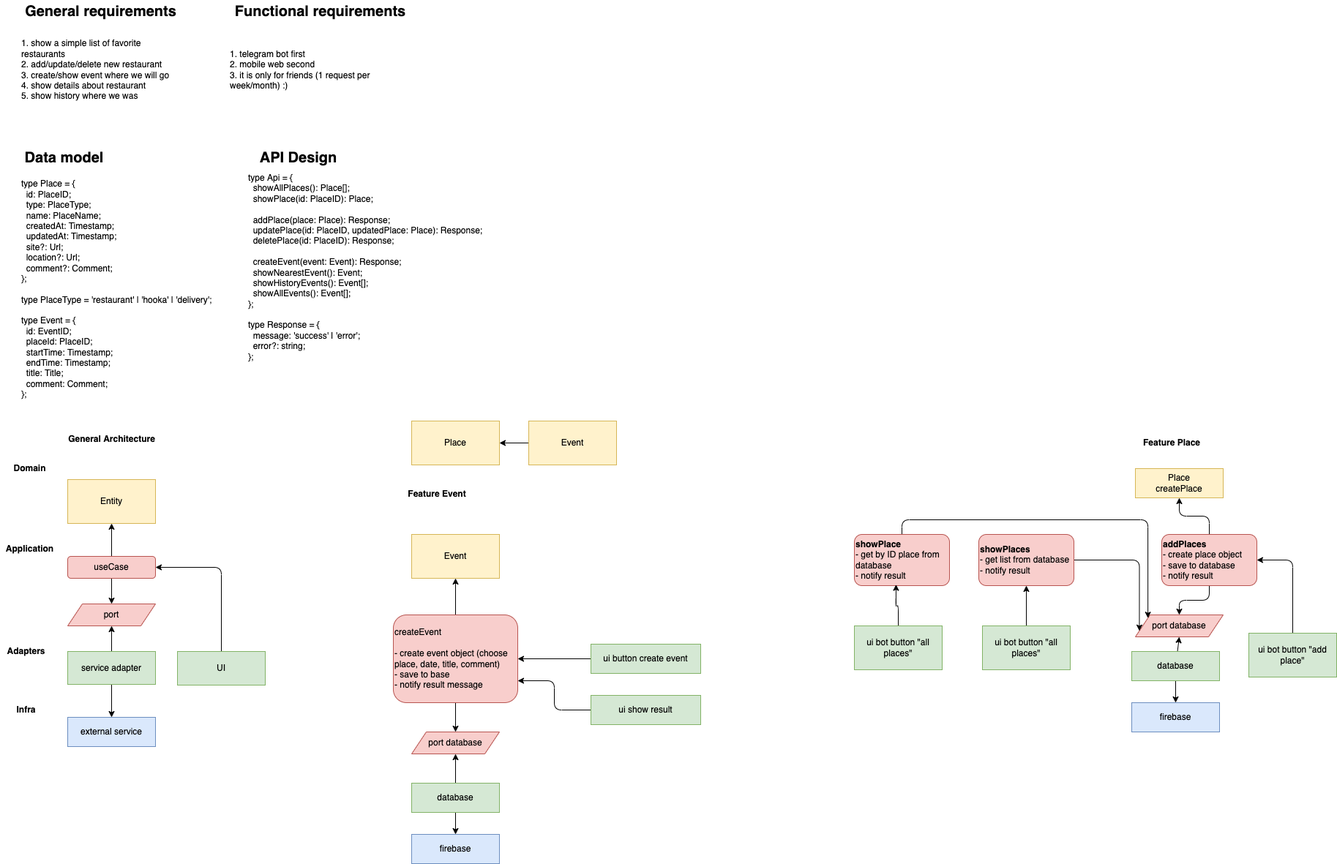
The draw.io diagram diagram.draw.png in nialvi/michlen-bot, before a commit. Source tidied: cells renumbered, new cells last; positions are measured from the earlier drawing's top-left corner, leaving out a move shared by most shapes.
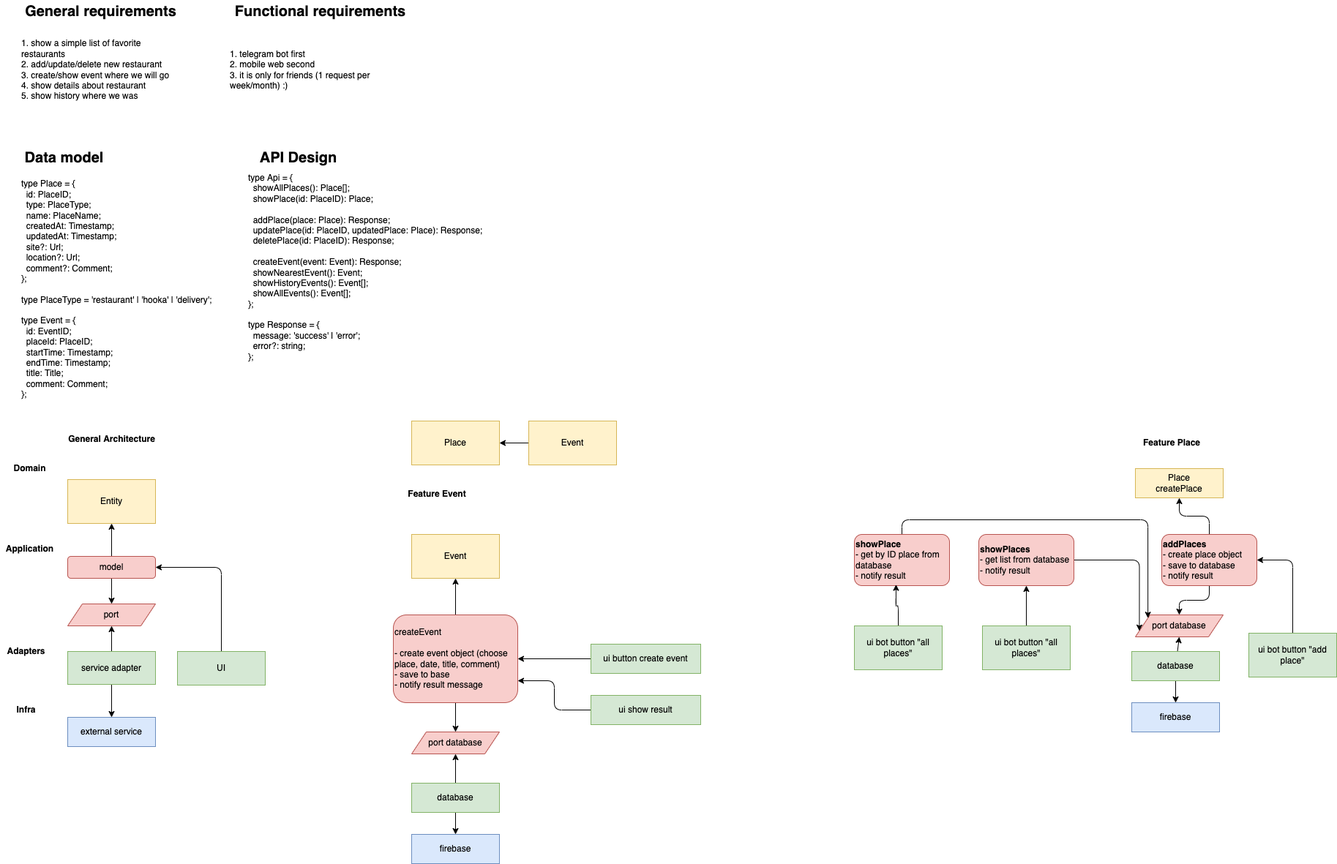
After the commit.

The edit, as a diff of the source:
```diff
@@ -47,7 +47,7 @@
     <mxCell id="16" style="edgeStyle=orthogonalEdgeStyle;html=1;entryX=0.5;entryY=1;entryDx=0;entryDy=0;fontSize=12;" parent="1" edge="1" source="17" target="52">
       <mxGeometry relative="1" as="geometry" />
     </mxCell>
-    <mxCell id="17" value="useCase" style="rounded=1;whiteSpace=wrap;html=1;fontSize=12;fillColor=#f8cecc;strokeColor=#b85450;" parent="1" vertex="1">
+    <mxCell id="17" value="model" style="rounded=1;whiteSpace=wrap;html=1;fontSize=12;fillColor=#f8cecc;strokeColor=#b85450;" parent="1" vertex="1">
       <mxGeometry x="92" y="760" width="120" height="30" as="geometry" />
     </mxCell>
     <mxCell id="18" value="Adapters" style="text;html=1;align=center;verticalAlign=middle;strokeColor=none;fillColor=none;fontSize=12;fontStyle=1;" parent="1" vertex="1">
```
